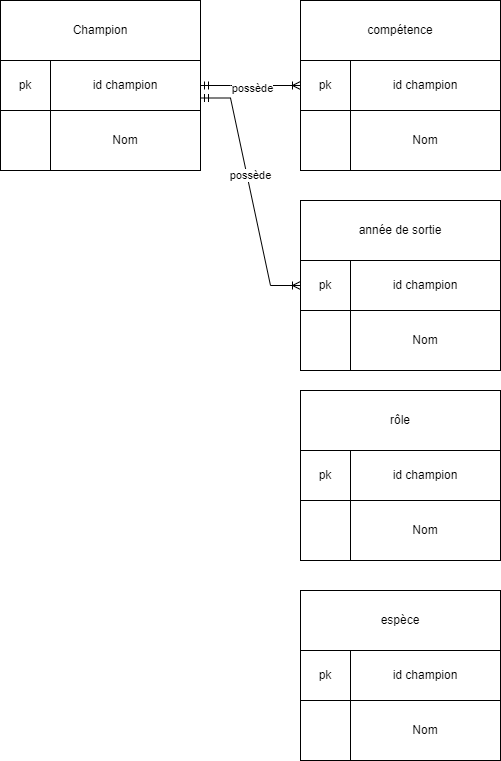
Before: Diagramme sans nom.drawio.png, a diagram exported from draw.io (jules6920000/BTS2-CIEL-IR-MCD-2024-2025). Source tidied: cells renumbered, new cells last; positions are measured from the earlier drawing's top-left corner, leaving out a move shared by most shapes. Its diagram source:
```xml
<mxGraphModel>
  <root>
    <mxCell id="0" />
    <mxCell id="1" parent="0" />
    <mxCell id="2" style="rounded=0;whiteSpace=wrap;html=1;" parent="1" vertex="1">
      <mxGeometry width="200" height="170" as="geometry" />
    </mxCell>
    <mxCell id="3" value="Champion" style="rounded=0;whiteSpace=wrap;html=1;" parent="1" vertex="1">
      <mxGeometry width="200" height="60" as="geometry" />
    </mxCell>
    <mxCell id="4" value="id champion" style="rounded=0;whiteSpace=wrap;html=1;" parent="1" vertex="1">
      <mxGeometry x="50" y="60" width="150" height="50" as="geometry" />
    </mxCell>
    <mxCell id="5" value="Nom" style="rounded=0;whiteSpace=wrap;html=1;" parent="1" vertex="1">
      <mxGeometry x="50" y="110" width="150" height="60" as="geometry" />
    </mxCell>
    <mxCell id="6" value="pk" style="rounded=0;whiteSpace=wrap;html=1;" parent="1" vertex="1">
      <mxGeometry y="60" width="50" height="50" as="geometry" />
    </mxCell>
    <mxCell id="7" style="rounded=0;whiteSpace=wrap;html=1;" parent="1" vertex="1">
      <mxGeometry x="300" width="200" height="170" as="geometry" />
    </mxCell>
    <mxCell id="8" value="compétence" style="rounded=0;whiteSpace=wrap;html=1;" parent="1" vertex="1">
      <mxGeometry x="300" width="200" height="60" as="geometry" />
    </mxCell>
    <mxCell id="9" value="id champion" style="rounded=0;whiteSpace=wrap;html=1;" parent="1" vertex="1">
      <mxGeometry x="350" y="60" width="150" height="50" as="geometry" />
    </mxCell>
    <mxCell id="10" value="Nom" style="rounded=0;whiteSpace=wrap;html=1;" parent="1" vertex="1">
      <mxGeometry x="350" y="110" width="150" height="60" as="geometry" />
    </mxCell>
    <mxCell id="11" value="pk" style="rounded=0;whiteSpace=wrap;html=1;" parent="1" vertex="1">
      <mxGeometry x="300" y="60" width="50" height="50" as="geometry" />
    </mxCell>
    <mxCell id="12" style="edgeStyle=entityRelationEdgeStyle;fontSize=12;html=1;endArrow=ERoneToMany;startArrow=ERmandOne;rounded=0;entryX=0;entryY=0.5;entryDx=0;entryDy=0;exitX=1;exitY=0.5;exitDx=0;exitDy=0;" parent="1" edge="1" source="4" target="11">
      <mxGeometry relative="1" as="geometry" />
    </mxCell>
    <mxCell id="13" value="possède" style="edgeLabel;html=1;align=center;verticalAlign=middle;" parent="12" vertex="1">
      <mxGeometry x="0.03" y="-2" relative="1" as="geometry" />
    </mxCell>
    <mxCell id="14" style="rounded=0;whiteSpace=wrap;html=1;" parent="1" vertex="1">
      <mxGeometry x="300" y="200" width="200" height="170" as="geometry" />
    </mxCell>
    <mxCell id="15" value="année de sortie" style="rounded=0;whiteSpace=wrap;html=1;" parent="1" vertex="1">
      <mxGeometry x="300" y="200" width="200" height="60" as="geometry" />
    </mxCell>
    <mxCell id="16" value="id champion" style="rounded=0;whiteSpace=wrap;html=1;" parent="1" vertex="1">
      <mxGeometry x="350" y="260" width="150" height="50" as="geometry" />
    </mxCell>
    <mxCell id="17" value="Nom" style="rounded=0;whiteSpace=wrap;html=1;" parent="1" vertex="1">
      <mxGeometry x="350" y="310" width="150" height="60" as="geometry" />
    </mxCell>
    <mxCell id="18" value="pk" style="rounded=0;whiteSpace=wrap;html=1;" parent="1" vertex="1">
      <mxGeometry x="300" y="260" width="50" height="50" as="geometry" />
    </mxCell>
    <mxCell id="19" style="edgeStyle=entityRelationEdgeStyle;fontSize=12;html=1;endArrow=ERoneToMany;startArrow=ERmandOne;rounded=0;exitX=1;exitY=0.75;exitDx=0;exitDy=0;entryX=0;entryY=0.5;entryDx=0;entryDy=0;" parent="1" edge="1" source="4" target="18">
      <mxGeometry relative="1" as="geometry">
        <Array as="points">
          <mxPoint x="100" y="210" />
          <mxPoint x="120" y="290" />
        </Array>
      </mxGeometry>
    </mxCell>
    <mxCell id="20" value="possède" style="edgeLabel;html=1;align=center;verticalAlign=middle;" parent="19" vertex="1">
      <mxGeometry x="-0.14" y="3" relative="1" as="geometry">
        <mxPoint y="1" as="offset" />
      </mxGeometry>
    </mxCell>
    <mxCell id="21" style="rounded=0;whiteSpace=wrap;html=1;" parent="1" vertex="1">
      <mxGeometry x="300" y="390" width="200" height="170" as="geometry" />
    </mxCell>
    <mxCell id="22" value="rôle" style="rounded=0;whiteSpace=wrap;html=1;" parent="1" vertex="1">
      <mxGeometry x="300" y="390" width="200" height="60" as="geometry" />
    </mxCell>
    <mxCell id="23" value="id champion" style="rounded=0;whiteSpace=wrap;html=1;" parent="1" vertex="1">
      <mxGeometry x="350" y="450" width="150" height="50" as="geometry" />
    </mxCell>
    <mxCell id="24" value="Nom" style="rounded=0;whiteSpace=wrap;html=1;" parent="1" vertex="1">
      <mxGeometry x="350" y="500" width="150" height="60" as="geometry" />
    </mxCell>
    <mxCell id="25" value="pk" style="rounded=0;whiteSpace=wrap;html=1;" parent="1" vertex="1">
      <mxGeometry x="300" y="450" width="50" height="50" as="geometry" />
    </mxCell>
    <mxCell id="26" style="rounded=0;whiteSpace=wrap;html=1;" parent="1" vertex="1">
      <mxGeometry x="300" y="590" width="200" height="170" as="geometry" />
    </mxCell>
    <mxCell id="27" value="espèce" style="rounded=0;whiteSpace=wrap;html=1;" parent="1" vertex="1">
      <mxGeometry x="300" y="590" width="200" height="60" as="geometry" />
    </mxCell>
    <mxCell id="28" value="id champion" style="rounded=0;whiteSpace=wrap;html=1;" parent="1" vertex="1">
      <mxGeometry x="350" y="650" width="150" height="50" as="geometry" />
    </mxCell>
    <mxCell id="29" value="Nom" style="rounded=0;whiteSpace=wrap;html=1;" parent="1" vertex="1">
      <mxGeometry x="350" y="700" width="150" height="60" as="geometry" />
    </mxCell>
    <mxCell id="30" value="pk" style="rounded=0;whiteSpace=wrap;html=1;" parent="1" vertex="1">
      <mxGeometry x="300" y="650" width="50" height="50" as="geometry" />
    </mxCell>
  </root>
</mxGraphModel>
```
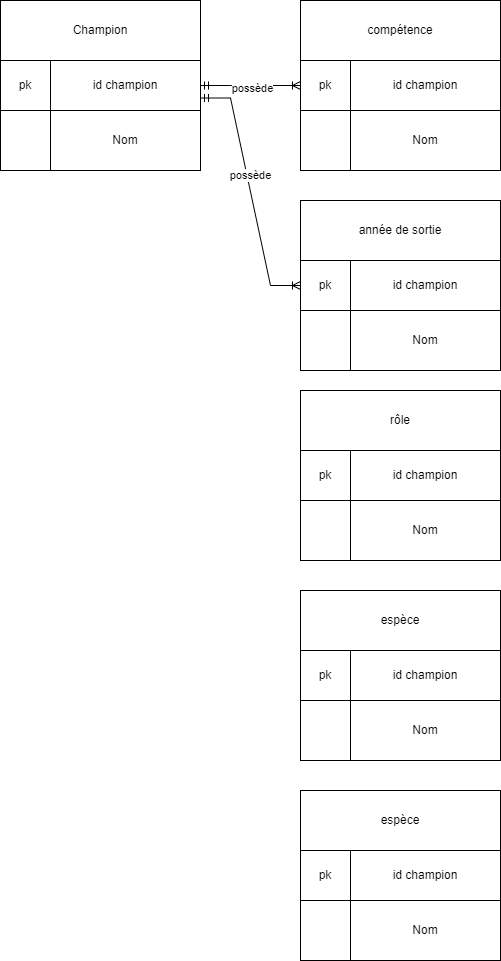
After the commit.

Commit message:
Mettre à jour Diagramme.drawio.png

Diff of the diagram source:
```diff
@@ -96,5 +96,20 @@
     <mxCell id="30" value="pk" style="rounded=0;whiteSpace=wrap;html=1;" parent="1" vertex="1">
       <mxGeometry x="300" y="650" width="50" height="50" as="geometry" />
     </mxCell>
+    <mxCell id="31" style="rounded=0;whiteSpace=wrap;html=1;" parent="1" vertex="1">
+      <mxGeometry x="300" y="790" width="200" height="170" as="geometry" />
+    </mxCell>
+    <mxCell id="32" value="espèce" style="rounded=0;whiteSpace=wrap;html=1;" parent="1" vertex="1">
+      <mxGeometry x="300" y="790" width="200" height="60" as="geometry" />
+    </mxCell>
+    <mxCell id="33" value="id champion" style="rounded=0;whiteSpace=wrap;html=1;" parent="1" vertex="1">
+      <mxGeometry x="350" y="850" width="150" height="50" as="geometry" />
+    </mxCell>
+    <mxCell id="34" value="Nom" style="rounded=0;whiteSpace=wrap;html=1;" parent="1" vertex="1">
+      <mxGeometry x="350" y="900" width="150" height="60" as="geometry" />
+    </mxCell>
+    <mxCell id="35" value="pk" style="rounded=0;whiteSpace=wrap;html=1;" parent="1" vertex="1">
+      <mxGeometry x="300" y="850" width="50" height="50" as="geometry" />
+    </mxCell>
   </root>
 </mxGraphModel>
```
